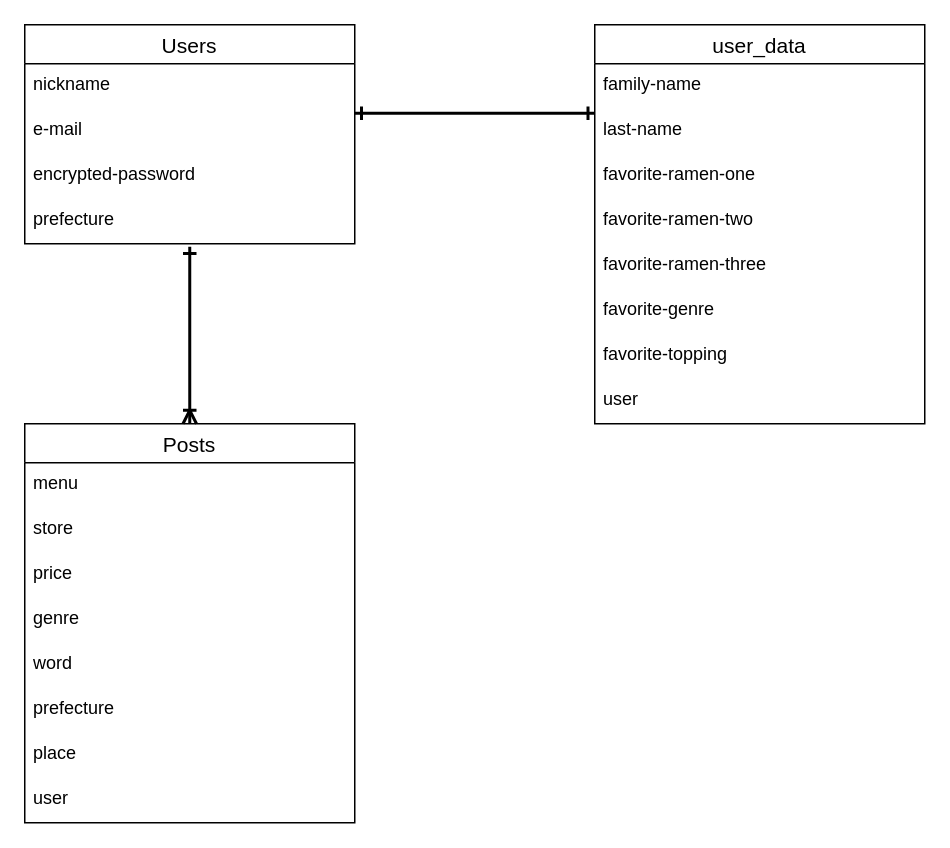
This is page "ER図" (1 of 2) of ER.dio from ALBAS23/ramen_app_01, a draw.io file, before an edit. Source tidied: cells renumbered, new cells numbered last; positions are measured from the earlier drawing's top-left corner, leaving out a move shared by most shapes. Both pictures are drawn from the tidied source at 150%, with x=0, y=0 at pixel (24, 24).
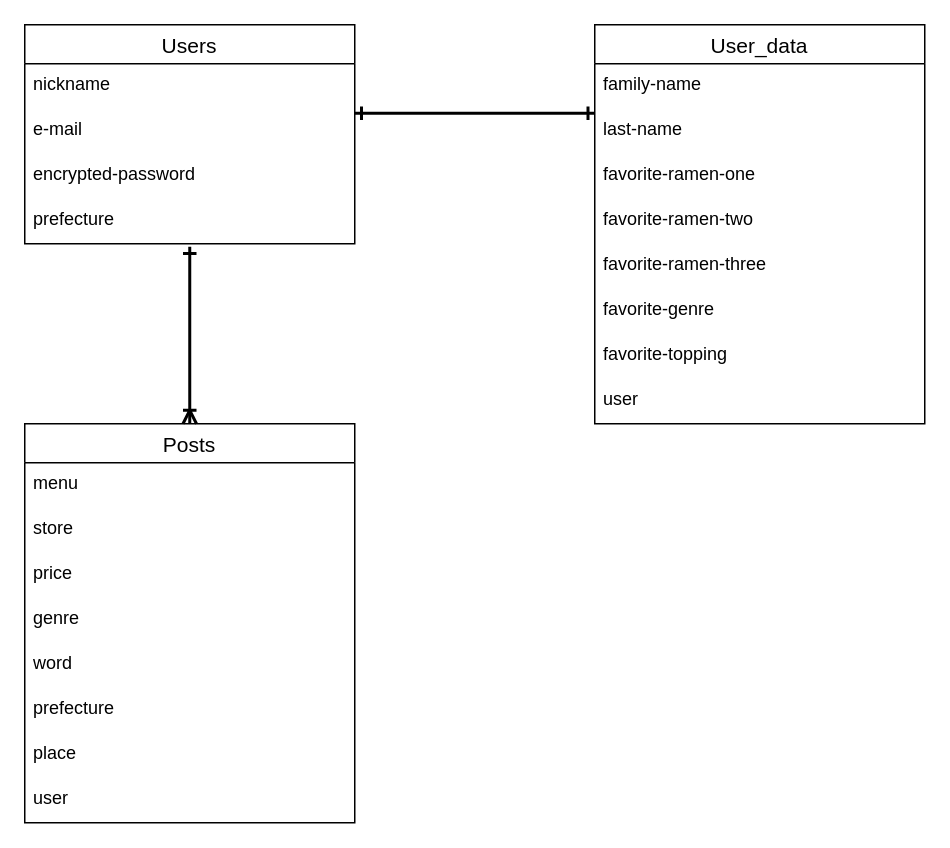
Above is the later version.

The edit, as a diff of the source:
```diff
@@
-    <mxCell id="7" value="user_data" style="swimlane;fontStyle=0;horizontal=1;startSize=26;align=center;fontSize=14;" parent="1" vertex="1">
+    <mxCell id="7" value="User_data" style="swimlane;fontStyle=0;horizontal=1;startSize=26;align=center;fontSize=14;" parent="1" vertex="1">
       <mxGeometry x="380" width="220" height="266" as="geometry" />
     </mxCell>
```
